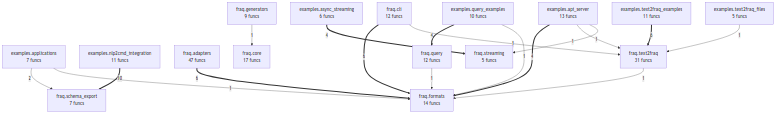
This is project/compact_flow.png from wronai/fraq, a Mermaid export, as it was before one commit. Its source is kept beside it as project/compact_flow.mmd.
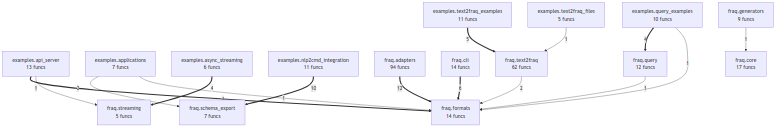
After the commit.

The edit, as a diff of the source:
```diff
@@ -6,29 +6,27 @@
     examples_query_examples["examples.query_examples<br/>10 funcs"]
     examples_text2fraq_examples["examples.text2fraq_examples<br/>11 funcs"]
     examples_text2fraq_files["examples.text2fraq_files<br/>5 funcs"]
-    fraq_adapters["fraq.adapters<br/>47 funcs"]
-    fraq_cli["fraq.cli<br/>12 funcs"]
+    fraq_adapters["fraq.adapters<br/>94 funcs"]
+    fraq_cli["fraq.cli<br/>14 funcs"]
     fraq_core["fraq.core<br/>17 funcs"]
     fraq_formats["fraq.formats<br/>14 funcs"]
     fraq_generators["fraq.generators<br/>9 funcs"]
     fraq_query["fraq.query<br/>12 funcs"]
     fraq_schema_export["fraq.schema_export<br/>7 funcs"]
     fraq_streaming["fraq.streaming<br/>5 funcs"]
-    fraq_text2fraq["fraq.text2fraq<br/>31 funcs"]
+    fraq_text2fraq["fraq.text2fraq<br/>62 funcs"]
+    fraq_adapters ==>|12| fraq_formats
     examples_nlp2cmd_integration ==>|10| fraq_schema_export
     fraq_cli ==>|6| fraq_formats
-    fraq_adapters ==>|6| fraq_formats
-    examples_text2fraq_examples ==>|6| fraq_text2fraq
+    examples_text2fraq_examples ==>|5| fraq_text2fraq
     examples_async_streaming ==>|4| fraq_streaming
     examples_query_examples ==>|4| fraq_query
     examples_api_server ==>|4| fraq_formats
     examples_applications -->|2| fraq_schema_export
-    fraq_cli -->|1| fraq_text2fraq
+    fraq_text2fraq -->|2| fraq_formats
     fraq_generators -->|1| fraq_core
     examples_applications -->|1| fraq_formats
     examples_query_examples -->|1| fraq_formats
-    examples_api_server -->|1| fraq_text2fraq
     examples_api_server -->|1| fraq_streaming
     examples_text2fraq_files -->|1| fraq_text2fraq
     fraq_query -->|1| fraq_formats
-    fraq_text2fraq -->|1| fraq_formats
```
